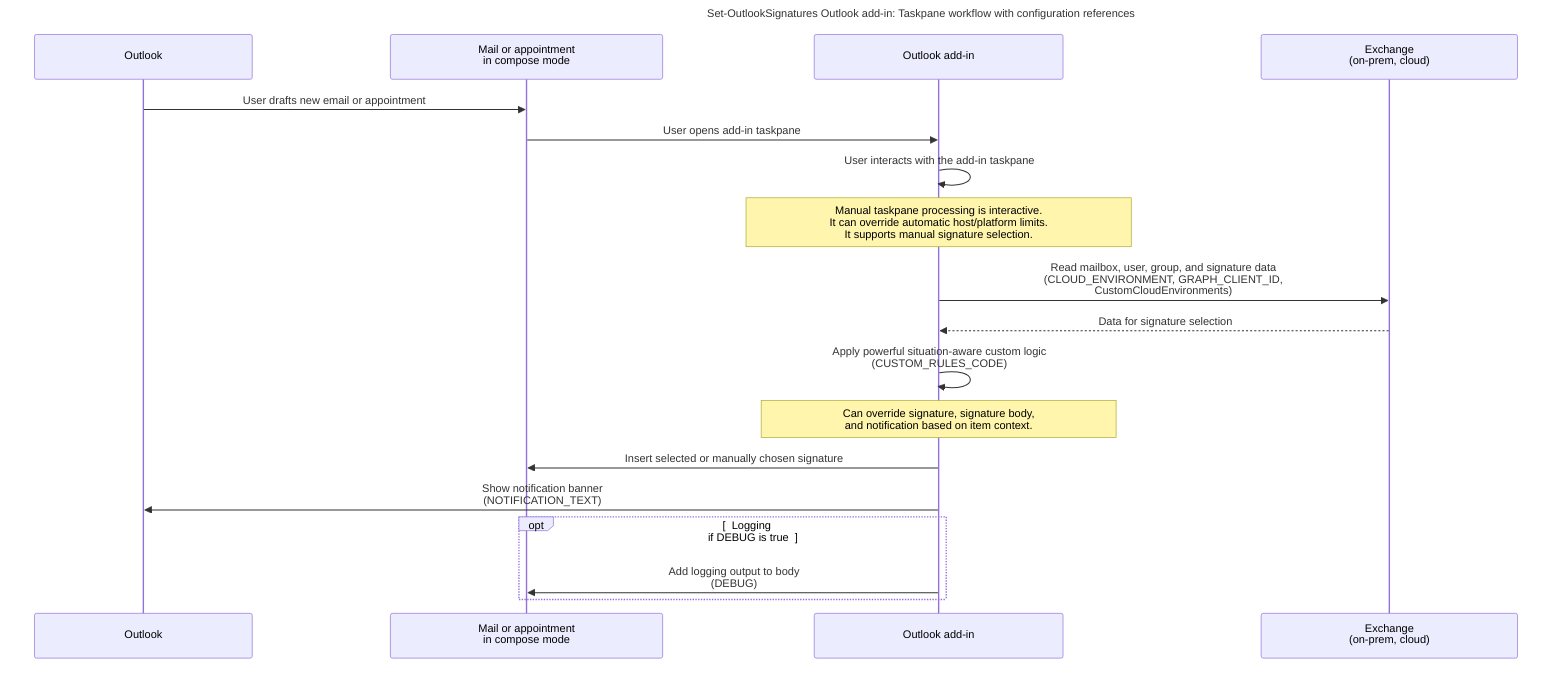
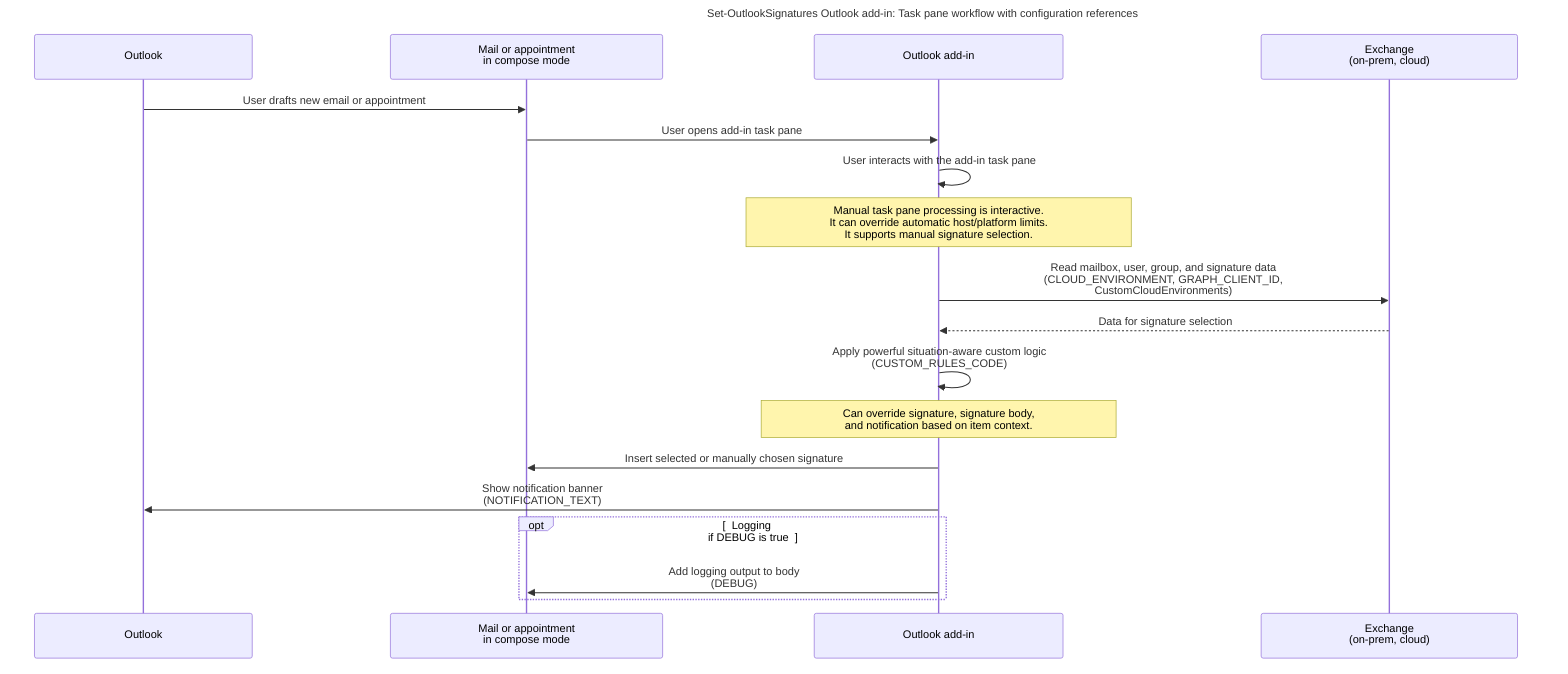
---
- title: "Set-OutlookSignatures Outlook add-in: Taskpane workflow with configuration references"
+ title: "Set-OutlookSignatures Outlook add-in: Task pane workflow with configuration references"
config:
  layout: elk
---
sequenceDiagram
    participant Outlook as #160;#160;Outlook#160;#160;
    participant Item as #160;#160;Mail or appointment#160;#160;<br>#160;#160;in compose mode#160;#160;
    participant AddIn as #160;#160;Outlook add-in#160;#160;
    participant Exchange as #160;#160;Exchange#160;#160;<br>#160;#160;(on-prem, cloud)#160;#160;

    Outlook->>Item: #160;#160;User drafts new email or appointment#160;#160;
-     Item->>AddIn: #160;#160;User opens add-in taskpane#160;#160;
-     AddIn->>AddIn: #160;#160;User interacts with the add-in taskpane#160;#160;
+     Item->>AddIn: #160;#160;User opens add-in task pane#160;#160;
+     AddIn->>AddIn: #160;#160;User interacts with the add-in task pane#160;#160;

-     Note over AddIn: #160;#160;Manual taskpane processing is interactive.#160;#160;<br>#160;#160;It can override automatic host/platform limits.#160;#160;<br>#160;#160;It supports manual signature selection.#160;#160;
+     Note over AddIn: #160;#160;Manual task pane processing is interactive.#160;#160;<br>#160;#160;It can override automatic host/platform limits.#160;#160;<br>#160;#160;It supports manual signature selection.#160;#160;

    AddIn->>Exchange: #160;#160;Read mailbox, user, group, and signature data#160;#160;<br>#160;#160;(CLOUD_ENVIRONMENT, GRAPH_CLIENT_ID,#160;#160;<br>#160;#160;CustomCloudEnvironments)#160;#160;
    Exchange-->>AddIn: #160;#160;Data for signature selection#160;#160;
    AddIn->>AddIn: #160;#160;Apply powerful situation-aware custom logic#160;#160;<br>#160;#160;(CUSTOM_RULES_CODE)#160;#160;
    Note over AddIn: #160;#160;Can override signature, signature body,#160;#160;<br>#160;#160;and notification based on item context.#160;#160;
    AddIn->>Item: #160;#160;Insert selected or manually chosen signature#160;#160;
    AddIn->>Outlook: #160;#160;Show notification banner#160;#160;<br>#160;#160;(NOTIFICATION_TEXT)#160;#160;

    opt #160;#160;Logging#160;#160;<br>#160;#160;if DEBUG is true#160;#160;
        AddIn->>Item: #160;#160;Add logging output to body#160;#160;<br>#160;#160;(DEBUG)#160;#160;
    end